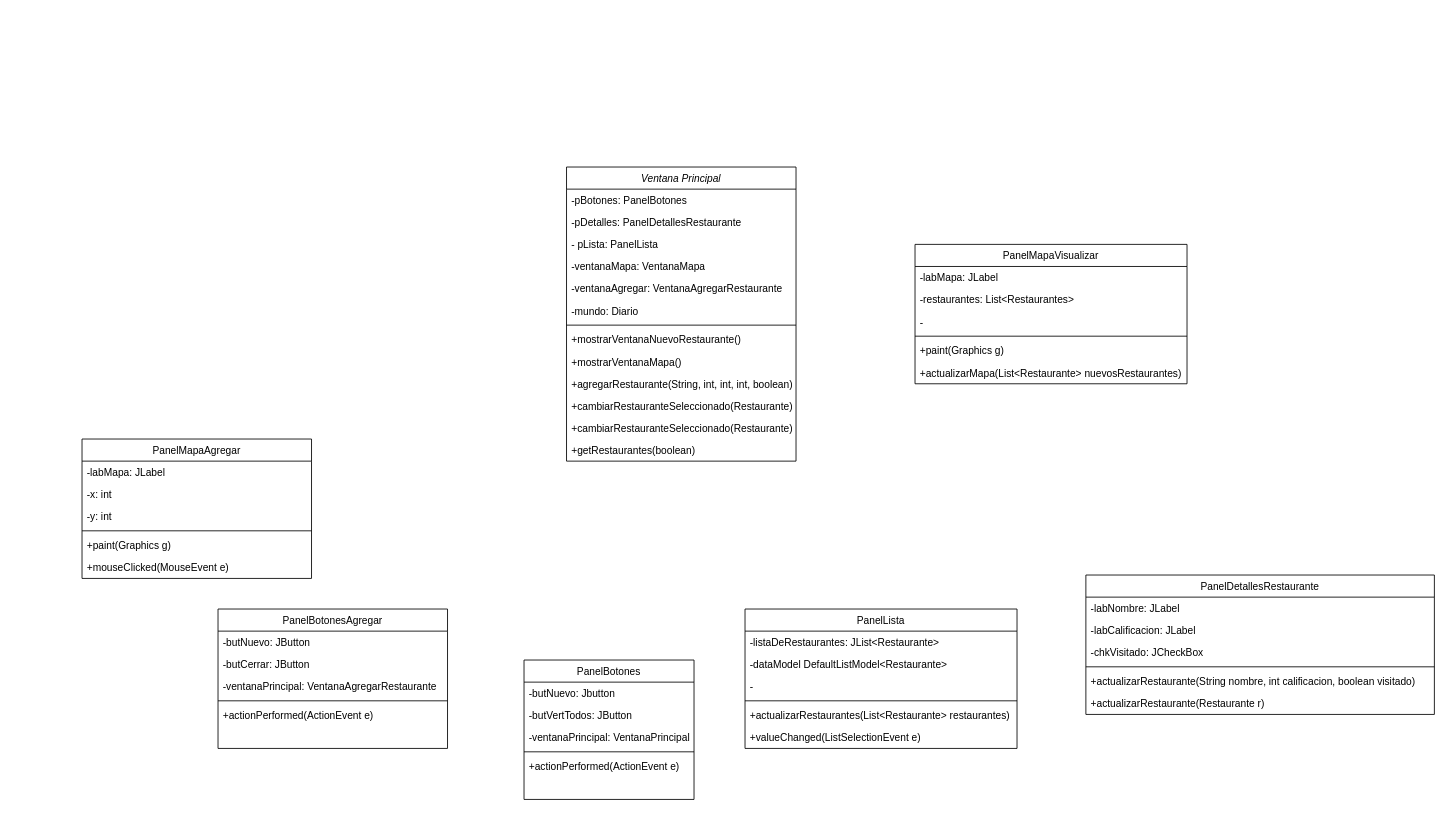
Above: Untitled Diagram.drawio in Mleschhorn/DPOO-Taller-6 (draw.io), before the change. Source tidied: cells renumbered, new cells numbered last; positions are measured from the earlier drawing's top-left corner, leaving out a move shared by most shapes. Both pictures are drawn from the tidied source at 85%, with x=0, y=0 at pixel (82, 167).
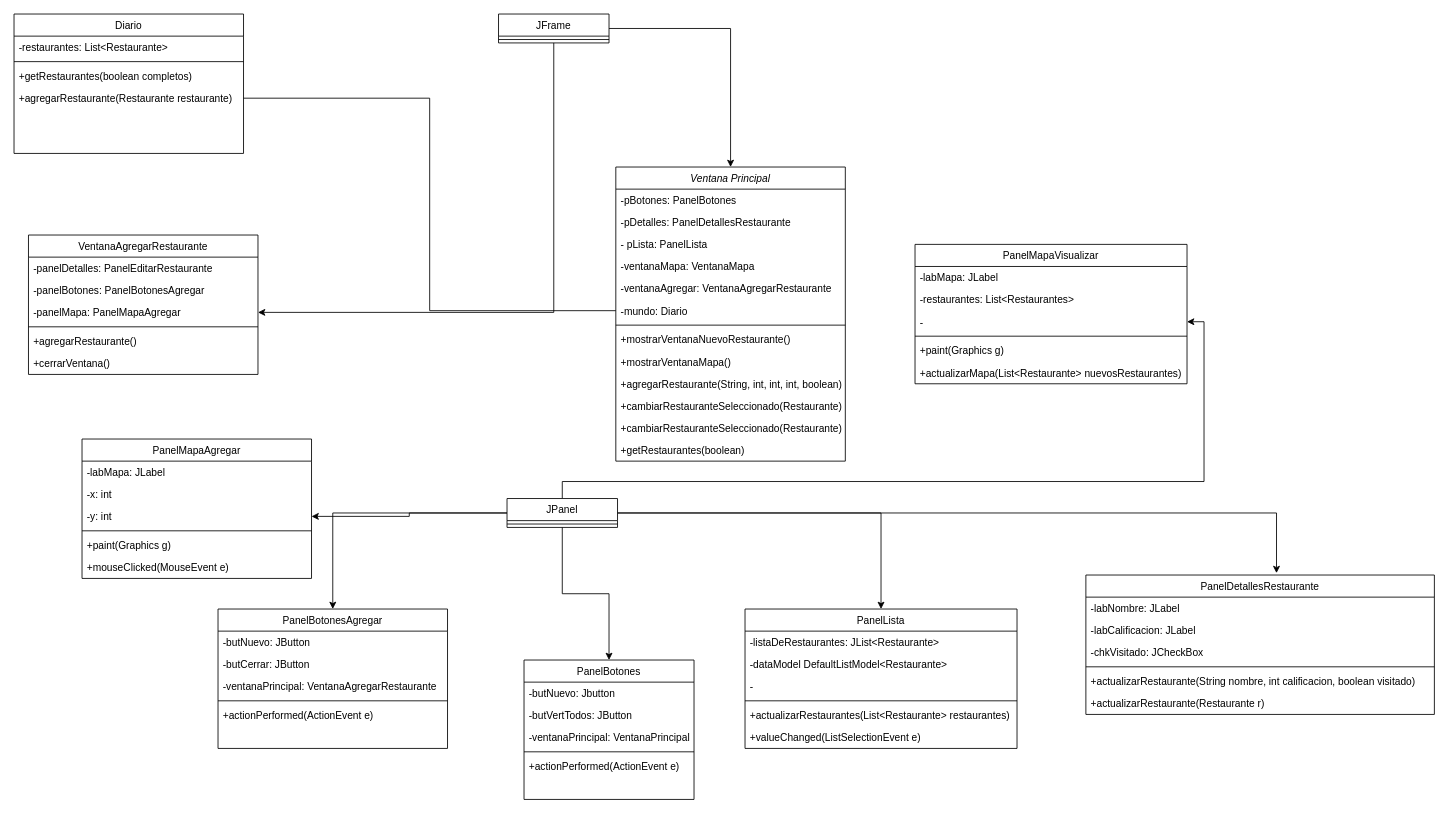
The same page after the edit.

The change refers to these unchanged cells:
```xml
<mxCell id="8" value="-mundo: Diario" style="text;align=left;verticalAlign=top;spacingLeft=4;spacingRight=4;overflow=hidden;points=[[0,0.5],[1,0.5]];portConstraint=eastwest;rounded=0;shadow=0;html=0;" parent="2" vertex="1">
  <mxGeometry y="156" width="270" height="26" as="geometry" />
</mxCell>
<mxCell id="16" value="PanelBotones" style="swimlane;fontStyle=0;align=center;verticalAlign=top;horizontal=1;startSize=26;rounded=0;shadow=0;strokeWidth=1;" parent="1" vertex="1">
  <mxGeometry x="520" y="580" width="200" height="164" as="geometry" />
</mxCell>
<mxCell id="22" value="PanelLista" style="swimlane;fontStyle=0;align=center;verticalAlign=top;horizontal=1;startSize=26;rounded=0;shadow=0;strokeWidth=1;" parent="1" vertex="1">
  <mxGeometry x="780" y="520" width="320" height="164" as="geometry" />
</mxCell>
<mxCell id="29" value="PanelDetallesRestaurante" style="swimlane;fontStyle=0;align=center;verticalAlign=top;horizontal=1;startSize=26;rounded=0;shadow=0;strokeWidth=1;" parent="1" vertex="1">
  <mxGeometry x="1181" y="480" width="410" height="164" as="geometry" />
</mxCell>
<mxCell id="39" value="-" style="text;align=left;verticalAlign=top;spacingLeft=4;spacingRight=4;overflow=hidden;points=[[0,0.5],[1,0.5]];portConstraint=eastwest;rounded=0;shadow=0;html=0;" parent="36" vertex="1">
  <mxGeometry y="78" width="320" height="26" as="geometry" />
</mxCell>
<mxCell id="43" value="PanelBotonesAgregar" style="swimlane;fontStyle=0;align=center;verticalAlign=top;horizontal=1;startSize=26;rounded=0;shadow=0;strokeWidth=1;" parent="1" vertex="1">
  <mxGeometry x="160" y="520" width="270" height="164" as="geometry" />
</mxCell>
<mxCell id="52" value="-y: int" style="text;align=left;verticalAlign=top;spacingLeft=4;spacingRight=4;overflow=hidden;points=[[0,0.5],[1,0.5]];portConstraint=eastwest;rounded=0;shadow=0;html=0;" parent="49" vertex="1">
  <mxGeometry y="78" width="270" height="26" as="geometry" />
</mxCell>
```

Diff of the diagram source:
```diff
@@
     <mxCell id="2" value="Ventana Principal" style="swimlane;fontStyle=2;align=center;verticalAlign=top;horizontal=1;startSize=26;rounded=0;shadow=0;strokeWidth=1;" parent="1" vertex="1">
-      <mxGeometry x="570" width="270" height="346" as="geometry" />
+      <mxGeometry x="628" width="270" height="346" as="geometry" />
     </mxCell>
@@
+    <mxCell id="56" value="VentanaAgregarRestaurante" style="swimlane;fontStyle=0;align=center;verticalAlign=top;horizontal=1;startSize=26;rounded=0;shadow=0;strokeWidth=1;" parent="1" vertex="1">
+      <mxGeometry x="-63" y="80" width="270" height="164" as="geometry" />
+    </mxCell>
+    <mxCell id="57" value="-panelDetalles: PanelEditarRestaurante" style="text;align=left;verticalAlign=top;spacingLeft=4;spacingRight=4;overflow=hidden;" parent="56" vertex="1">
+      <mxGeometry y="26" width="270" height="26" as="geometry" />
+    </mxCell>
+    <mxCell id="58" value="-panelBotones: PanelBotonesAgregar" style="text;align=left;verticalAlign=top;spacingLeft=4;spacingRight=4;overflow=hidden;rounded=0;shadow=0;html=0;" parent="56" vertex="1">
+      <mxGeometry y="52" width="270" height="26" as="geometry" />
+    </mxCell>
+    <mxCell id="59" value="-panelMapa: PanelMapaAgregar" style="text;align=left;verticalAlign=top;spacingLeft=4;spacingRight=4;overflow=hidden;points=[[0,0.5],[1,0.5]];portConstraint=eastwest;rounded=0;shadow=0;html=0;" parent="56" vertex="1">
+      <mxGeometry y="78" width="270" height="26" as="geometry" />
+    </mxCell>
+    <mxCell id="60" style="line;html=1;strokeWidth=1;align=left;verticalAlign=middle;spacingTop=-1;spacingLeft=3;spacingRight=3;labelPosition=right;" parent="56" vertex="1">
+      <mxGeometry y="104" width="270" height="8" as="geometry" />
+    </mxCell>
+    <mxCell id="61" value="+agregarRestaurante()" style="text;align=left;verticalAlign=top;spacingLeft=4;spacingRight=4;overflow=hidden;fontStyle=0;" parent="56" vertex="1">
+      <mxGeometry y="112" width="270" height="26" as="geometry" />
+    </mxCell>
+    <mxCell id="62" value="+cerrarVentana()" style="text;align=left;verticalAlign=top;spacingLeft=4;spacingRight=4;overflow=hidden;fontStyle=0;" parent="56" vertex="1">
+      <mxGeometry y="138" width="270" height="26" as="geometry" />
+    </mxCell>
+    <mxCell id="63" value="Diario" style="swimlane;fontStyle=0;align=center;verticalAlign=top;horizontal=1;startSize=26;rounded=0;shadow=0;strokeWidth=1;" parent="1" vertex="1">
+      <mxGeometry x="-80" y="-180" width="270" height="164" as="geometry" />
+    </mxCell>
+    <mxCell id="64" value="-restaurantes: List&lt;Restaurante&gt;" style="text;align=left;verticalAlign=top;spacingLeft=4;spacingRight=4;overflow=hidden;" parent="63" vertex="1">
+      <mxGeometry y="26" width="270" height="26" as="geometry" />
+    </mxCell>
+    <mxCell id="65" style="line;html=1;strokeWidth=1;align=left;verticalAlign=middle;spacingTop=-1;spacingLeft=3;spacingRight=3;labelPosition=right;" parent="63" vertex="1">
+      <mxGeometry y="52" width="270" height="8" as="geometry" />
+    </mxCell>
+    <mxCell id="66" value="+getRestaurantes(boolean completos)" style="text;align=left;verticalAlign=top;spacingLeft=4;spacingRight=4;overflow=hidden;fontStyle=0;" parent="63" vertex="1">
+      <mxGeometry y="60" width="270" height="26" as="geometry" />
+    </mxCell>
+    <mxCell id="67" value="+agregarRestaurante(Restaurante restaurante)" style="text;align=left;verticalAlign=top;spacingLeft=4;spacingRight=4;overflow=hidden;points=[[0,0.5],[1,0.5]];portConstraint=eastwest;fontStyle=0;" parent="63" vertex="1">
+      <mxGeometry y="86" width="270" height="26" as="geometry" />
+    </mxCell>
+    <mxCell id="68" style="edgeStyle=orthogonalEdgeStyle;rounded=0;jettySize=auto;html=1;entryX=1;entryY=0.5;entryDx=0;entryDy=0;" parent="1" edge="1" source="70" target="59">
+      <mxGeometry relative="1" as="geometry" />
+    </mxCell>
+    <mxCell id="69" style="edgeStyle=orthogonalEdgeStyle;rounded=0;jettySize=auto;html=1;entryX=0.5;entryY=0;entryDx=0;entryDy=0;" parent="1" edge="1" source="70" target="2">
+      <mxGeometry relative="1" as="geometry" />
+    </mxCell>
+    <mxCell id="70" value="JFrame" style="swimlane;fontStyle=0;align=center;verticalAlign=top;horizontal=1;startSize=26;rounded=0;shadow=0;strokeWidth=1;" parent="1" vertex="1">
+      <mxGeometry x="490" y="-180" width="130" height="34" as="geometry" />
+    </mxCell>
+    <mxCell id="71" style="line;html=1;strokeWidth=1;align=left;verticalAlign=middle;spacingTop=-1;spacingLeft=3;spacingRight=3;labelPosition=right;" parent="70" vertex="1">
+      <mxGeometry y="26" width="130" height="8" as="geometry" />
+    </mxCell>
+    <mxCell id="72" style="edgeStyle=orthogonalEdgeStyle;rounded=0;jettySize=auto;html=1;entryX=0.5;entryY=0;entryDx=0;entryDy=0;" parent="1" edge="1" source="77" target="16">
+      <mxGeometry relative="1" as="geometry" />
+    </mxCell>
+    <mxCell id="73" style="edgeStyle=orthogonalEdgeStyle;rounded=0;jettySize=auto;html=1;entryX=0.5;entryY=0;entryDx=0;entryDy=0;" parent="1" edge="1" source="77" target="22">
+      <mxGeometry relative="1" as="geometry" />
+    </mxCell>
+    <mxCell id="74" style="edgeStyle=orthogonalEdgeStyle;rounded=0;jettySize=auto;html=1;entryX=1;entryY=0.5;entryDx=0;entryDy=0;" parent="1" edge="1" source="77" target="39">
+      <mxGeometry relative="1" as="geometry">
+        <Array as="points">
+          <mxPoint x="565" y="370" />
+          <mxPoint x="1320" y="370" />
+          <mxPoint x="1320" y="182" />
+        </Array>
+      </mxGeometry>
+    </mxCell>
+    <mxCell id="75" style="edgeStyle=orthogonalEdgeStyle;rounded=0;jettySize=auto;html=1;entryX=1;entryY=0.5;entryDx=0;entryDy=0;" parent="1" edge="1" source="77" target="52">
+      <mxGeometry relative="1" as="geometry" />
+    </mxCell>
+    <mxCell id="76" style="edgeStyle=orthogonalEdgeStyle;rounded=0;jettySize=auto;html=1;entryX=0.5;entryY=0;entryDx=0;entryDy=0;" parent="1" edge="1" source="77" target="43">
+      <mxGeometry relative="1" as="geometry" />
+    </mxCell>
+    <mxCell id="77" value="JPanel" style="swimlane;fontStyle=0;align=center;verticalAlign=top;horizontal=1;startSize=26;rounded=0;shadow=0;strokeWidth=1;" parent="1" vertex="1">
+      <mxGeometry x="500" y="390" width="130" height="34" as="geometry" />
+    </mxCell>
+    <mxCell id="78" style="line;html=1;strokeWidth=1;align=left;verticalAlign=middle;spacingTop=-1;spacingLeft=3;spacingRight=3;labelPosition=right;" parent="77" vertex="1">
+      <mxGeometry y="26" width="130" height="8" as="geometry" />
+    </mxCell>
+    <mxCell id="79" style="edgeStyle=orthogonalEdgeStyle;rounded=0;jettySize=auto;html=1;entryX=0.547;entryY=-0.014;entryDx=0;entryDy=0;entryPerimeter=0;" parent="1" edge="1" source="77" target="29">
+      <mxGeometry relative="1" as="geometry" />
+    </mxCell>
+    <mxCell id="80" style="edgeStyle=orthogonalEdgeStyle;rounded=0;jettySize=auto;html=1;entryX=0;entryY=0.5;entryDx=0;entryDy=0;endArrow=none;endFill=0;" parent="1" edge="1" source="67" target="8">
+      <mxGeometry relative="1" as="geometry" />
+    </mxCell>
```
